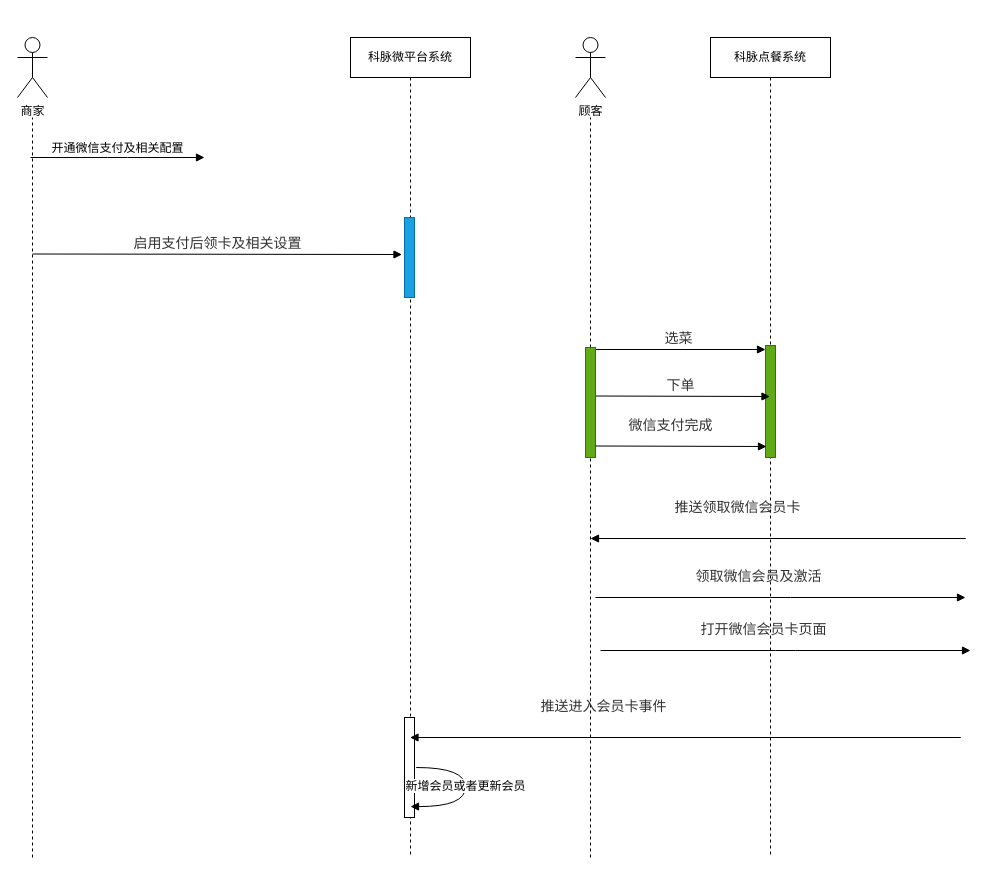
This is Kemai/联通对接面点王卡券流程图.drawio from noobwu/diagrams, a draw.io file, before an edit. Source tidied: cells renumbered, new cells numbered last; positions are measured from the earlier drawing's top-left corner, leaving out a move shared by most shapes. Both pictures are drawn from the tidied source at 100%, with x=0, y=0 at pixel (17, 37).
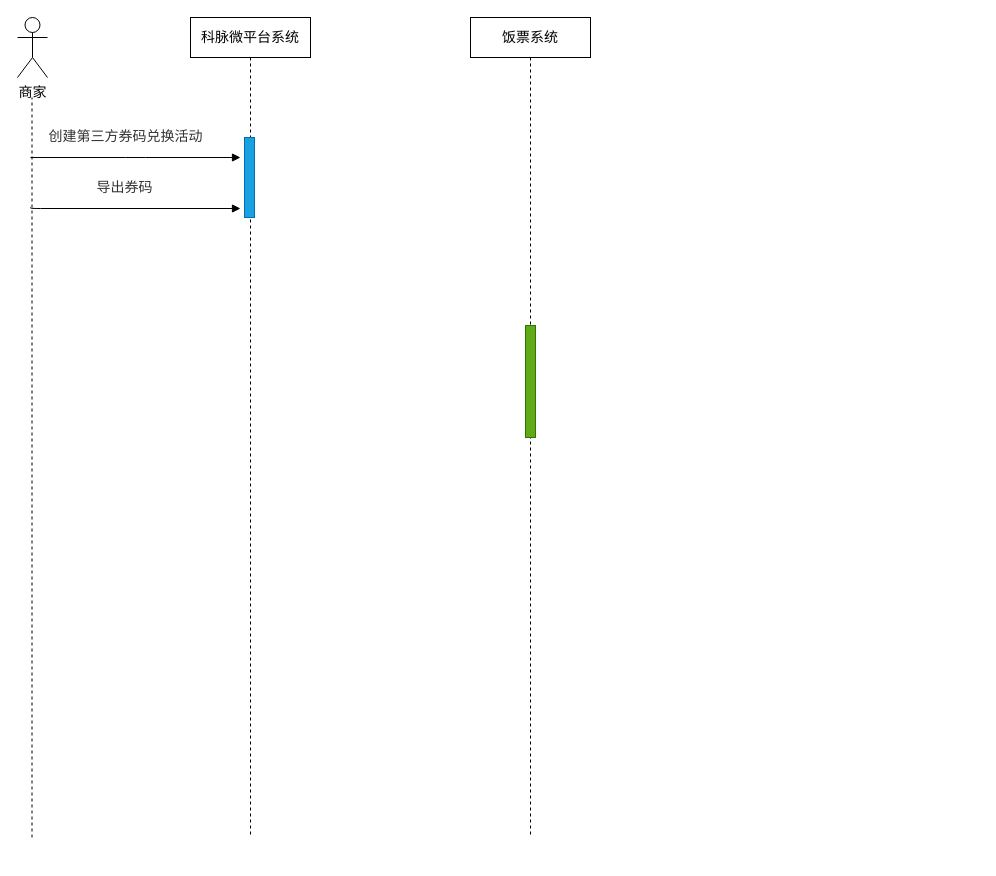
The same diagram, later.

Commit message (it also covers changes not shown here):
更新联通对接面点王卡券流程图.drawio

Unchanged cells that the change refers to:
```xml
<mxCell id="5" style="html=1;points=[];perimeter=orthogonalPerimeter;fillColor=#60a917;strokeColor=#2D7600;fontColor=#ffffff;" parent="4" vertex="1">
  <mxGeometry x="55" y="308" width="10" height="112" as="geometry" />
</mxCell>
```

What changed in the source:
```diff
@@
-    <mxCell id="2" value="商家" style="shape=umlActor;verticalLabelPosition=bottom;verticalAlign=top;html=1;" parent="1" vertex="1">
-      <mxGeometry width="30" height="60" as="geometry" />
+    <mxCell id="2" value="&lt;font style=&quot;font-size: 14px&quot;&gt;商家&lt;/font&gt;" style="shape=umlActor;verticalLabelPosition=bottom;verticalAlign=top;html=1;" parent="1" vertex="1">
+      <mxGeometry y="-20" width="30" height="60" as="geometry" />
     </mxCell>
-    <mxCell id="3" value="顾客" style="shape=umlActor;verticalLabelPosition=bottom;verticalAlign=top;html=1;" parent="1" vertex="1">
-      <mxGeometry x="558" width="30" height="60" as="geometry" />
-    </mxCell>
-    <mxCell id="4" value="科脉点餐系统" style="shape=umlLifeline;perimeter=lifelinePerimeter;whiteSpace=wrap;html=1;outlineConnect=0;" parent="1" vertex="1">
-      <mxGeometry x="693" width="120" height="820" as="geometry" />
+    <mxCell id="4" value="饭票系统" style="shape=umlLifeline;perimeter=lifelinePerimeter;whiteSpace=wrap;html=1;outlineConnect=0;fontSize=14;" parent="1" vertex="1">
+      <mxGeometry x="453" y="-20" width="120" height="820" as="geometry" />
     </mxCell>
@@
-    <mxCell id="6" value="科脉微平台系统" style="shape=umlLifeline;perimeter=lifelinePerimeter;whiteSpace=wrap;html=1;outlineConnect=0;" parent="1" vertex="1">
-      <mxGeometry x="333" width="120" height="820" as="geometry" />
+    <mxCell id="6" value="&lt;font style=&quot;font-size: 14px&quot;&gt;科脉微平台系统&lt;/font&gt;" style="shape=umlLifeline;perimeter=lifelinePerimeter;whiteSpace=wrap;html=1;outlineConnect=0;" parent="1" vertex="1">
+      <mxGeometry x="173" y="-20" width="120" height="820" as="geometry" />
     </mxCell>
     <mxCell id="7" style="html=1;perimeter=orthogonalPerimeter;fillColor=#1ba1e2;strokeColor=#006EAF;fontColor=#ffffff;" parent="6" vertex="1">
-      <mxGeometry x="54" y="180" width="10" height="80" as="geometry" />
+      <mxGeometry x="54" y="120" width="10" height="80" as="geometry" />
     </mxCell>
-    <mxCell id="8" style="html=1;perimeter=orthogonalPerimeter;rounded=0;shadow=0;comic=0;labelBackgroundColor=none;strokeColor=#000000;strokeWidth=1;fillColor=#FFFFFF;fontFamily=Verdana;fontSize=12;fontColor=#000000;align=center;" parent="6" vertex="1">
-      <mxGeometry x="54" y="680" width="10" height="100" as="geometry" />
-    </mxCell>
     <mxCell id="9" style="endArrow=none;dashed=1;html=1;" parent="1" edge="1">
       <mxGeometry relative="1" as="geometry">
-        <mxPoint x="15" y="820" as="sourcePoint" />
-        <mxPoint x="15" y="80" as="targetPoint" />
+        <mxPoint x="14.5" y="800" as="sourcePoint" />
+        <mxPoint x="14.5" y="60" as="targetPoint" />
       </mxGeometry>
     </mxCell>
-    <mxCell id="10" value="开通微信支付及相关配置" style="html=1;verticalAlign=bottom;endArrow=block;labelBackgroundColor=none;fontFamily=Verdana;fontSize=12;edgeStyle=elbowEdgeStyle;elbow=vertical;" parent="1" edge="1">
-      <mxGeometry relative="1" as="geometry">
+    <mxCell id="10" value="&lt;span style=&quot;color: rgb(51 , 51 , 51) ; text-align: left&quot;&gt;&lt;font style=&quot;font-size: 14px&quot;&gt;创建第三方券码兑换活动&lt;/font&gt;&lt;/span&gt;" style="html=1;verticalAlign=bottom;endArrow=block;labelBackgroundColor=none;fontFamily=Verdana;fontSize=12;edgeStyle=elbowEdgeStyle;elbow=vertical;" parent="1" edge="1">
+      <mxGeometry x="-0.1" y="10" relative="1" as="geometry">
         <mxPoint x="13" y="120" as="sourcePoint" />
-        <mxPoint x="187" y="120" as="targetPoint" />
+        <mxPoint x="223" y="120" as="targetPoint" />
       </mxGeometry>
     </mxCell>
-    <mxCell id="11" value="&lt;span style=&quot;color: rgb(51 , 51 , 51) ; font-family: , &amp;#34;verdana&amp;#34; , &amp;#34;helvetica&amp;#34; , &amp;#34;arial&amp;#34; , sans-serif ; font-size: 14px ; text-align: left&quot;&gt;启用支付后领卡及相关设置&lt;/span&gt;" style="html=1;verticalAlign=bottom;endArrow=block;labelBackgroundColor=none;fontFamily=Verdana;fontSize=12;edgeStyle=elbowEdgeStyle;elbow=vertical;" parent="1" edge="1">
-      <mxGeometry relative="1" as="geometry">
-        <mxPoint x="15" y="216.5" as="sourcePoint" />
-        <mxPoint x="384.5" y="217" as="targetPoint" />
-      </mxGeometry>
-    </mxCell>
-    <mxCell id="12" style="endArrow=none;dashed=1;html=1;" parent="1" edge="1" source="15">
-      <mxGeometry relative="1" as="geometry">
-        <mxPoint x="573" y="80" as="targetPoint" />
-      </mxGeometry>
-    </mxCell>
-    <mxCell id="13" value="&lt;div style=&quot;text-align: left&quot;&gt;&lt;font color=&quot;#333333&quot;&gt;&lt;span style=&quot;font-size: 14px&quot;&gt;选菜&lt;/span&gt;&lt;/font&gt;&lt;/div&gt;" style="html=1;verticalAlign=bottom;endArrow=block;labelBackgroundColor=none;fontFamily=Verdana;fontSize=12;edgeStyle=elbowEdgeStyle;elbow=vertical;" parent="1" edge="1" target="5">
-      <mxGeometry relative="1" as="geometry">
-        <mxPoint x="573" y="312" as="sourcePoint" />
-        <Array as="points">
-          <mxPoint x="753" y="312" />
-        </Array>
-      </mxGeometry>
-    </mxCell>
-    <mxCell id="14" value="&lt;div style=&quot;text-align: left&quot;&gt;&lt;font color=&quot;#333333&quot;&gt;&lt;span style=&quot;font-size: 14px&quot;&gt;下单&lt;/span&gt;&lt;/font&gt;&lt;/div&gt;" style="html=1;verticalAlign=bottom;endArrow=block;labelBackgroundColor=none;fontFamily=Verdana;fontSize=12;edgeStyle=elbowEdgeStyle;elbow=vertical;" parent="1" edge="1" target="4">
-      <mxGeometry relative="1" as="geometry">
-        <mxPoint x="573" y="358.5" as="sourcePoint" />
-      </mxGeometry>
-    </mxCell>
-    <mxCell id="15" style="html=1;points=[];perimeter=orthogonalPerimeter;fillColor=#60a917;strokeColor=#2D7600;fontColor=#ffffff;" parent="1" vertex="1">
-      <mxGeometry x="568" y="310" width="10" height="110" as="geometry" />
-    </mxCell>
-    <mxCell id="16" style="endArrow=none;dashed=1;html=1;" parent="1" edge="1" target="15">
-      <mxGeometry relative="1" as="geometry">
-        <mxPoint x="573" y="820" as="sourcePoint" />
-      </mxGeometry>
-    </mxCell>
-    <mxCell id="17" value="&lt;div style=&quot;text-align: left&quot;&gt;&lt;font color=&quot;#333333&quot;&gt;&lt;span style=&quot;font-size: 14px&quot;&gt;微信支付完成&lt;/span&gt;&lt;/font&gt;&lt;/div&gt;" style="html=1;verticalAlign=bottom;endArrow=block;labelBackgroundColor=none;fontFamily=Verdana;fontSize=12;edgeStyle=elbowEdgeStyle;elbow=vertical;entryX=0.1;entryY=0.902;entryDx=0;entryDy=0;entryPerimeter=0;" parent="1" edge="1" target="5">
-      <mxGeometry x="-0.12" y="10" relative="1" as="geometry">
-        <mxPoint x="578" y="408.5" as="sourcePoint" />
-      </mxGeometry>
-    </mxCell>
-    <mxCell id="18" value="&lt;div style=&quot;text-align: left&quot;&gt;&lt;font color=&quot;#333333&quot;&gt;&lt;span style=&quot;font-size: 14px&quot;&gt;推送领取微信会员卡&lt;/span&gt;&lt;/font&gt;&lt;/div&gt;" style="html=1;verticalAlign=bottom;endArrow=block;labelBackgroundColor=none;fontFamily=Verdana;fontSize=12;edgeStyle=elbowEdgeStyle;elbow=vertical;" parent="1" edge="1">
-      <mxGeometry x="0.47" y="-20" relative="1" as="geometry">
-        <mxPoint x="778" y="501" as="sourcePoint" />
-        <mxPoint x="573" y="501" as="targetPoint" />
-        <Array as="points">
-          <mxPoint x="953" y="501" />
-        </Array>
-      </mxGeometry>
-    </mxCell>
-    <mxCell id="19" value="&lt;div style=&quot;text-align: left&quot;&gt;&lt;font color=&quot;#333333&quot;&gt;&lt;span style=&quot;font-size: 14px&quot;&gt;领取微信会员及激活&lt;/span&gt;&lt;/font&gt;&lt;/div&gt;" style="html=1;verticalAlign=bottom;endArrow=block;labelBackgroundColor=none;fontFamily=Verdana;fontSize=12;edgeStyle=elbowEdgeStyle;elbow=vertical;" parent="1" edge="1">
-      <mxGeometry x="-0.12" y="10" relative="1" as="geometry">
-        <mxPoint x="578" y="560" as="sourcePoint" />
-        <mxPoint x="948" y="560" as="targetPoint" />
-      </mxGeometry>
-    </mxCell>
-    <mxCell id="20" value="&lt;div style=&quot;text-align: left&quot;&gt;&lt;font color=&quot;#333333&quot;&gt;&lt;span style=&quot;font-size: 14px&quot;&gt;打开微信会员卡页面&lt;/span&gt;&lt;/font&gt;&lt;/div&gt;" style="html=1;verticalAlign=bottom;endArrow=block;labelBackgroundColor=none;fontFamily=Verdana;fontSize=12;edgeStyle=elbowEdgeStyle;elbow=vertical;" parent="1" edge="1">
-      <mxGeometry x="-0.12" y="10" relative="1" as="geometry">
-        <mxPoint x="583" y="613" as="sourcePoint" />
-        <mxPoint x="953" y="613" as="targetPoint" />
-      </mxGeometry>
-    </mxCell>
-    <mxCell id="21" value="&lt;font color=&quot;#333333&quot;&gt;&lt;span style=&quot;font-size: 14px&quot;&gt;推送进入会员卡事件&lt;/span&gt;&lt;/font&gt;" style="html=1;verticalAlign=bottom;endArrow=block;labelBackgroundColor=none;fontFamily=Verdana;fontSize=12;edgeStyle=elbowEdgeStyle;elbow=vertical;" parent="1" edge="1" target="6">
-      <mxGeometry x="0.47" y="-20" relative="1" as="geometry">
-        <mxPoint x="773" y="700" as="sourcePoint" />
-        <Array as="points">
-          <mxPoint x="948" y="700" />
-        </Array>
-      </mxGeometry>
-    </mxCell>
-    <mxCell id="22" value="新增会员或者更新会员" style="html=1;verticalAlign=bottom;endArrow=block;labelBackgroundColor=#ffffff;fontFamily=Verdana;fontSize=12;elbow=vertical;edgeStyle=orthogonalEdgeStyle;curved=1;exitX=1.066;exitY=0.713;exitPerimeter=0;" parent="1" edge="1">
-      <mxGeometry x="0.07" relative="1" as="geometry">
-        <mxPoint x="398.7" y="730" as="sourcePoint" />
-        <mxPoint x="393" y="769.1" as="targetPoint" />
-        <Array as="points">
-          <mxPoint x="448" y="730.1" />
-          <mxPoint x="448" y="769.1" />
-        </Array>
-      </mxGeometry>
-    </mxCell>
+    <mxCell id="23" value="&lt;div style=&quot;text-align: left&quot;&gt;&lt;span style=&quot;font-size: 14px&quot;&gt;&lt;font color=&quot;#333333&quot;&gt;导出券码&lt;/font&gt;&lt;/span&gt;&lt;/div&gt;" style="html=1;verticalAlign=bottom;endArrow=block;labelBackgroundColor=none;fontFamily=Verdana;fontSize=12;edgeStyle=elbowEdgeStyle;elbow=vertical;" parent="1" edge="1">
+      <mxGeometry x="-0.1" y="10" relative="1" as="geometry">
+        <mxPoint x="13" y="170" as="sourcePoint" />
+        <mxPoint x="223" y="171" as="targetPoint" />
+      </mxGeometry>
+    </mxCell>
```
